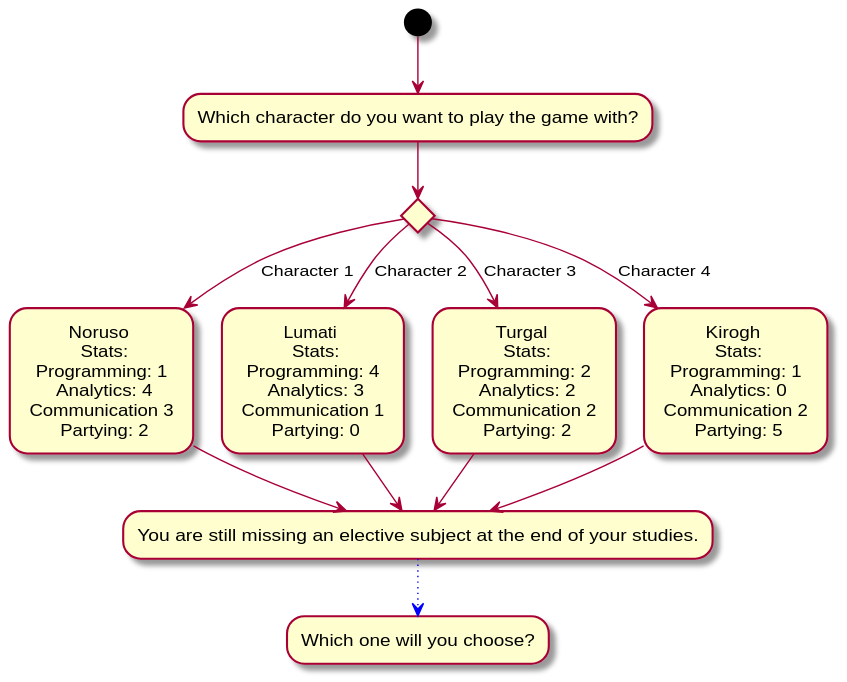
Before: Docs/Technical Specifications/docs/diagrams/StoryFlow/StoryFlow_Decision_1.svg, a diagram exported from PlantUML (Brotenko/QualityQuest). The source it was exported from:
```plantuml
@startuml
(*) --> "Which character do you want to play the game with?"
if "" then
--> [Character 1] "Noruso \n Stats:\n Programming: 1 \n Analytics: 4\n Communication 3 \n Partying: 2" as char1
else
--> [Character 2] "Lumati \n Stats:\n Programming: 4 \n Analytics: 3\n Communication 1 \n Partying: 0" as char2
else
--> [Character 3] "Turgal \n Stats:\n Programming: 2 \n Analytics: 2\n Communication 2 \n Partying: 2" as char3
else
--> [Character 4] "Kirogh \n Stats:\n Programming: 1 \n Analytics: 0\n Communication 2 \n Partying: 5" as char4


--> "You are still missing an elective subject at the end of your studies." as a
char1 --> a
char2 --> a
char3 --> a

a-[#blue,dotted]-> "Which one will you choose?"
@enduml
```
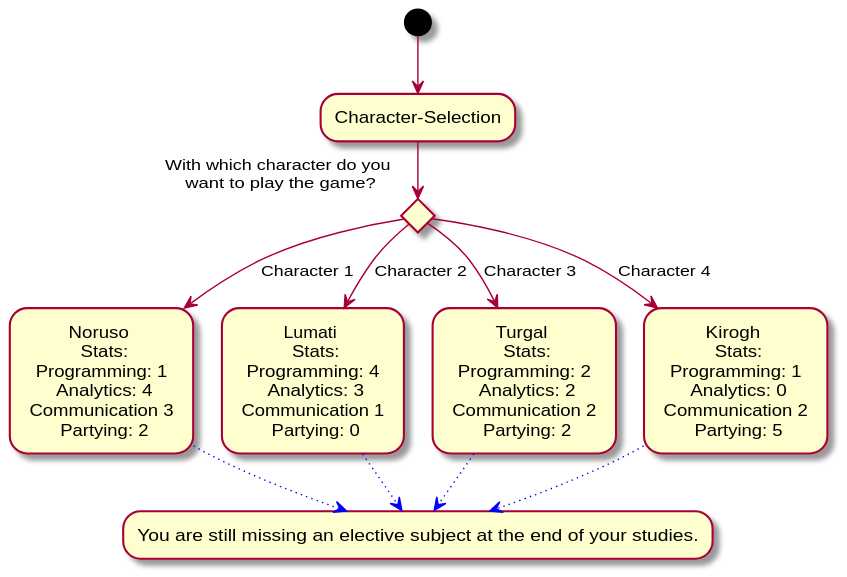
Later version of the same file.

Change to the diagram source:
```diff
@@ -1,6 +1,6 @@
 @startuml
-(*) --> "Which character do you want to play the game with?"
-if "" then
+(*) --> "Character-Selection"
+if "With which character do you\n want to play the game?" then
 --> [Character 1] "Noruso \n Stats:\n Programming: 1 \n Analytics: 4\n Communication 3 \n Partying: 2" as char1
 else
 --> [Character 2] "Lumati \n Stats:\n Programming: 4 \n Analytics: 3\n Communication 1 \n Partying: 0" as char2
@@ -8,12 +8,9 @@
 --> [Character 3] "Turgal \n Stats:\n Programming: 2 \n Analytics: 2\n Communication 2 \n Partying: 2" as char3
 else
 --> [Character 4] "Kirogh \n Stats:\n Programming: 1 \n Analytics: 0\n Communication 2 \n Partying: 5" as char4
+-[#blue,dotted]-> "You are still missing an elective subject at the end of your studies." as nextDecision
 
-
---> "You are still missing an elective subject at the end of your studies." as a
-char1 --> a
-char2 --> a
-char3 --> a
-
-a-[#blue,dotted]-> "Which one will you choose?"
+char1 -[#blue,dotted]-> nextDecision
+char2 -[#blue,dotted]-> nextDecision
+char3 -[#blue,dotted]-> nextDecision
 @enduml
```
